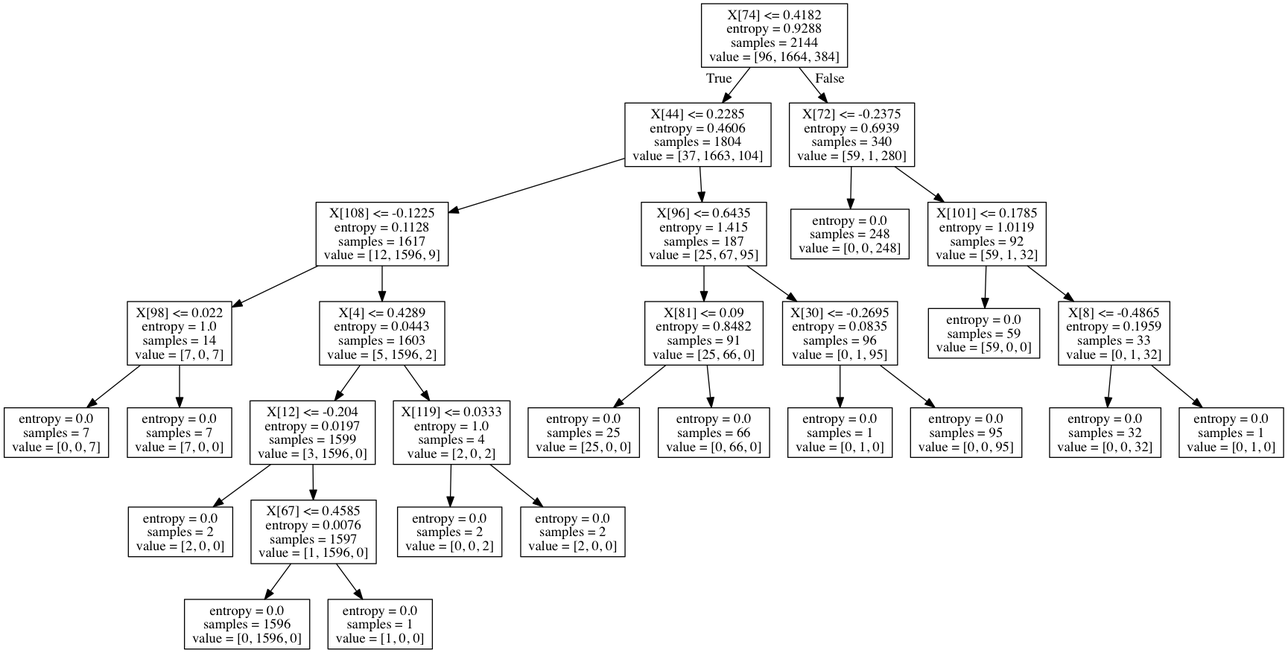
This is tree.png from kuanliang/image-processing, a Graphviz export, as it was before one commit. Its source is kept beside it as tree.dot. Its diagram source:
```dot
digraph Tree {
node [shape=box] ;
0 [label="X[74] <= 0.4182\nentropy = 0.9288\nsamples = 2144\nvalue = [96, 1664, 384]"] ;
1 [label="X[44] <= 0.2285\nentropy = 0.4606\nsamples = 1804\nvalue = [37, 1663, 104]"] ;
0 -> 1 [labeldistance=2.5, labelangle=45, headlabel="True"] ;
2 [label="X[108] <= -0.1225\nentropy = 0.1128\nsamples = 1617\nvalue = [12, 1596, 9]"] ;
1 -> 2 ;
3 [label="X[98] <= 0.022\nentropy = 1.0\nsamples = 14\nvalue = [7, 0, 7]"] ;
2 -> 3 ;
4 [label="entropy = 0.0\nsamples = 7\nvalue = [0, 0, 7]"] ;
3 -> 4 ;
5 [label="entropy = 0.0\nsamples = 7\nvalue = [7, 0, 0]"] ;
3 -> 5 ;
6 [label="X[4] <= 0.4289\nentropy = 0.0443\nsamples = 1603\nvalue = [5, 1596, 2]"] ;
2 -> 6 ;
7 [label="X[12] <= -0.204\nentropy = 0.0197\nsamples = 1599\nvalue = [3, 1596, 0]"] ;
6 -> 7 ;
8 [label="entropy = 0.0\nsamples = 2\nvalue = [2, 0, 0]"] ;
7 -> 8 ;
9 [label="X[67] <= 0.4585\nentropy = 0.0076\nsamples = 1597\nvalue = [1, 1596, 0]"] ;
7 -> 9 ;
10 [label="entropy = 0.0\nsamples = 1596\nvalue = [0, 1596, 0]"] ;
9 -> 10 ;
11 [label="entropy = 0.0\nsamples = 1\nvalue = [1, 0, 0]"] ;
9 -> 11 ;
12 [label="X[119] <= 0.0333\nentropy = 1.0\nsamples = 4\nvalue = [2, 0, 2]"] ;
6 -> 12 ;
13 [label="entropy = 0.0\nsamples = 2\nvalue = [0, 0, 2]"] ;
12 -> 13 ;
14 [label="entropy = 0.0\nsamples = 2\nvalue = [2, 0, 0]"] ;
12 -> 14 ;
15 [label="X[96] <= 0.6435\nentropy = 1.415\nsamples = 187\nvalue = [25, 67, 95]"] ;
1 -> 15 ;
16 [label="X[81] <= 0.09\nentropy = 0.8482\nsamples = 91\nvalue = [25, 66, 0]"] ;
15 -> 16 ;
17 [label="entropy = 0.0\nsamples = 25\nvalue = [25, 0, 0]"] ;
16 -> 17 ;
18 [label="entropy = 0.0\nsamples = 66\nvalue = [0, 66, 0]"] ;
16 -> 18 ;
19 [label="X[30] <= -0.2695\nentropy = 0.0835\nsamples = 96\nvalue = [0, 1, 95]"] ;
15 -> 19 ;
20 [label="entropy = 0.0\nsamples = 1\nvalue = [0, 1, 0]"] ;
19 -> 20 ;
21 [label="entropy = 0.0\nsamples = 95\nvalue = [0, 0, 95]"] ;
19 -> 21 ;
22 [label="X[72] <= -0.2375\nentropy = 0.6939\nsamples = 340\nvalue = [59, 1, 280]"] ;
0 -> 22 [labeldistance=2.5, labelangle=-45, headlabel="False"] ;
23 [label="entropy = 0.0\nsamples = 248\nvalue = [0, 0, 248]"] ;
22 -> 23 ;
24 [label="X[101] <= 0.1785\nentropy = 1.0119\nsamples = 92\nvalue = [59, 1, 32]"] ;
22 -> 24 ;
25 [label="entropy = 0.0\nsamples = 59\nvalue = [59, 0, 0]"] ;
24 -> 25 ;
26 [label="X[8] <= -0.4865\nentropy = 0.1959\nsamples = 33\nvalue = [0, 1, 32]"] ;
24 -> 26 ;
27 [label="entropy = 0.0\nsamples = 32\nvalue = [0, 0, 32]"] ;
26 -> 27 ;
28 [label="entropy = 0.0\nsamples = 1\nvalue = [0, 1, 0]"] ;
26 -> 28 ;
}
```
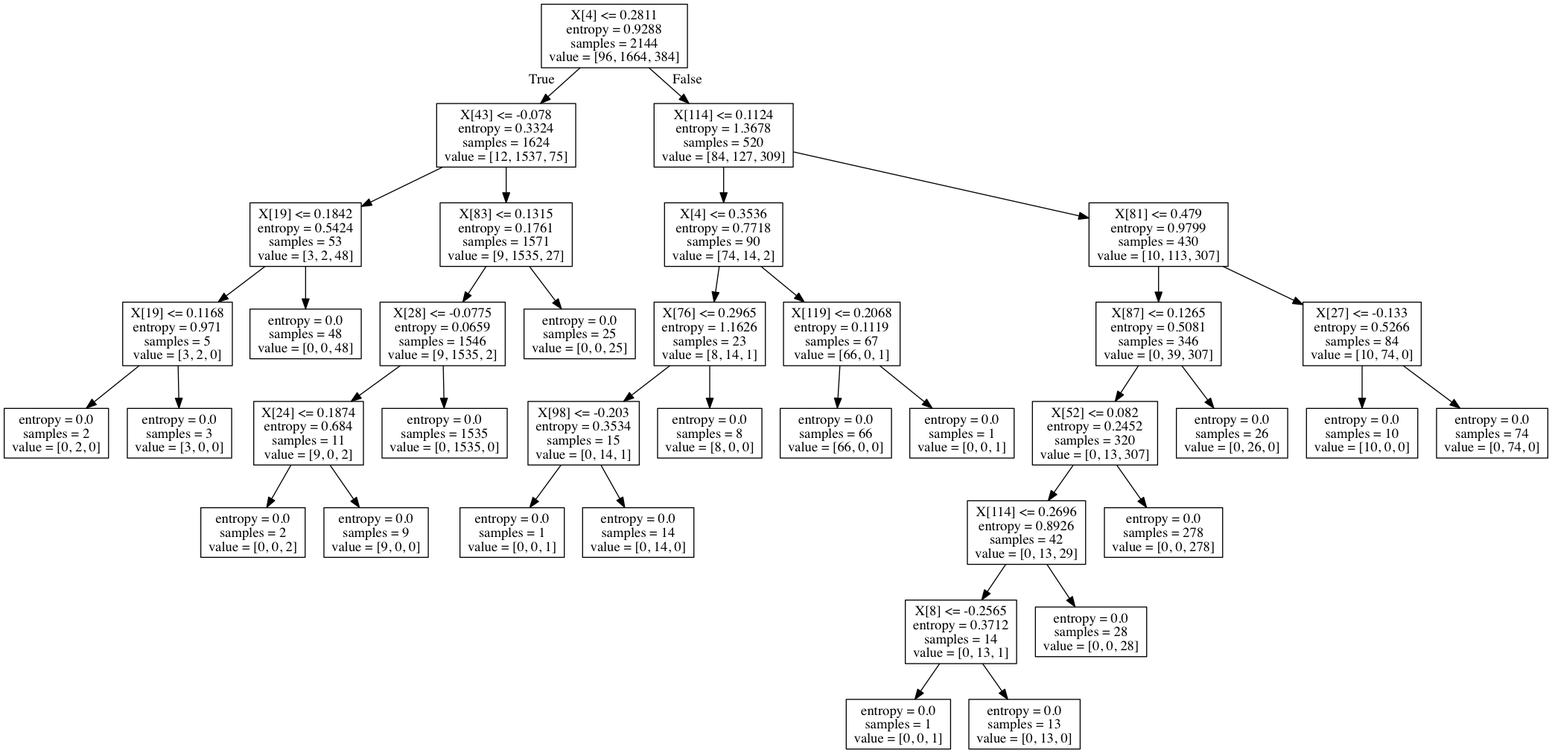
The same diagram one commit later.

Change to the diagram source:
```diff
@@ -1,60 +1,76 @@
 digraph Tree {
 node [shape=box] ;
-0 [label="X[74] <= 0.4182\nentropy = 0.9288\nsamples = 2144\nvalue = [96, 1664, 384]"] ;
-1 [label="X[44] <= 0.2285\nentropy = 0.4606\nsamples = 1804\nvalue = [37, 1663, 104]"] ;
+0 [label="X[4] <= 0.2811\nentropy = 0.9288\nsamples = 2144\nvalue = [96, 1664, 384]"] ;
+1 [label="X[43] <= -0.078\nentropy = 0.3324\nsamples = 1624\nvalue = [12, 1537, 75]"] ;
 0 -> 1 [labeldistance=2.5, labelangle=45, headlabel="True"] ;
-2 [label="X[108] <= -0.1225\nentropy = 0.1128\nsamples = 1617\nvalue = [12, 1596, 9]"] ;
+2 [label="X[19] <= 0.1842\nentropy = 0.5424\nsamples = 53\nvalue = [3, 2, 48]"] ;
 1 -> 2 ;
-3 [label="X[98] <= 0.022\nentropy = 1.0\nsamples = 14\nvalue = [7, 0, 7]"] ;
+3 [label="X[19] <= 0.1168\nentropy = 0.971\nsamples = 5\nvalue = [3, 2, 0]"] ;
 2 -> 3 ;
-4 [label="entropy = 0.0\nsamples = 7\nvalue = [0, 0, 7]"] ;
+4 [label="entropy = 0.0\nsamples = 2\nvalue = [0, 2, 0]"] ;
 3 -> 4 ;
-5 [label="entropy = 0.0\nsamples = 7\nvalue = [7, 0, 0]"] ;
+5 [label="entropy = 0.0\nsamples = 3\nvalue = [3, 0, 0]"] ;
 3 -> 5 ;
-6 [label="X[4] <= 0.4289\nentropy = 0.0443\nsamples = 1603\nvalue = [5, 1596, 2]"] ;
+6 [label="entropy = 0.0\nsamples = 48\nvalue = [0, 0, 48]"] ;
 2 -> 6 ;
-7 [label="X[12] <= -0.204\nentropy = 0.0197\nsamples = 1599\nvalue = [3, 1596, 0]"] ;
-6 -> 7 ;
-8 [label="entropy = 0.0\nsamples = 2\nvalue = [2, 0, 0]"] ;
+7 [label="X[83] <= 0.1315\nentropy = 0.1761\nsamples = 1571\nvalue = [9, 1535, 27]"] ;
+1 -> 7 ;
+8 [label="X[28] <= -0.0775\nentropy = 0.0659\nsamples = 1546\nvalue = [9, 1535, 2]"] ;
 7 -> 8 ;
-9 [label="X[67] <= 0.4585\nentropy = 0.0076\nsamples = 1597\nvalue = [1, 1596, 0]"] ;
-7 -> 9 ;
-10 [label="entropy = 0.0\nsamples = 1596\nvalue = [0, 1596, 0]"] ;
+9 [label="X[24] <= 0.1874\nentropy = 0.684\nsamples = 11\nvalue = [9, 0, 2]"] ;
+8 -> 9 ;
+10 [label="entropy = 0.0\nsamples = 2\nvalue = [0, 0, 2]"] ;
 9 -> 10 ;
-11 [label="entropy = 0.0\nsamples = 1\nvalue = [1, 0, 0]"] ;
+11 [label="entropy = 0.0\nsamples = 9\nvalue = [9, 0, 0]"] ;
 9 -> 11 ;
-12 [label="X[119] <= 0.0333\nentropy = 1.0\nsamples = 4\nvalue = [2, 0, 2]"] ;
-6 -> 12 ;
-13 [label="entropy = 0.0\nsamples = 2\nvalue = [0, 0, 2]"] ;
-12 -> 13 ;
-14 [label="entropy = 0.0\nsamples = 2\nvalue = [2, 0, 0]"] ;
-12 -> 14 ;
-15 [label="X[96] <= 0.6435\nentropy = 1.415\nsamples = 187\nvalue = [25, 67, 95]"] ;
-1 -> 15 ;
-16 [label="X[81] <= 0.09\nentropy = 0.8482\nsamples = 91\nvalue = [25, 66, 0]"] ;
+12 [label="entropy = 0.0\nsamples = 1535\nvalue = [0, 1535, 0]"] ;
+8 -> 12 ;
+13 [label="entropy = 0.0\nsamples = 25\nvalue = [0, 0, 25]"] ;
+7 -> 13 ;
+14 [label="X[114] <= 0.1124\nentropy = 1.3678\nsamples = 520\nvalue = [84, 127, 309]"] ;
+0 -> 14 [labeldistance=2.5, labelangle=-45, headlabel="False"] ;
+15 [label="X[4] <= 0.3536\nentropy = 0.7718\nsamples = 90\nvalue = [74, 14, 2]"] ;
+14 -> 15 ;
+16 [label="X[76] <= 0.2965\nentropy = 1.1626\nsamples = 23\nvalue = [8, 14, 1]"] ;
 15 -> 16 ;
-17 [label="entropy = 0.0\nsamples = 25\nvalue = [25, 0, 0]"] ;
+17 [label="X[98] <= -0.203\nentropy = 0.3534\nsamples = 15\nvalue = [0, 14, 1]"] ;
 16 -> 17 ;
-18 [label="entropy = 0.0\nsamples = 66\nvalue = [0, 66, 0]"] ;
-16 -> 18 ;
-19 [label="X[30] <= -0.2695\nentropy = 0.0835\nsamples = 96\nvalue = [0, 1, 95]"] ;
-15 -> 19 ;
-20 [label="entropy = 0.0\nsamples = 1\nvalue = [0, 1, 0]"] ;
-19 -> 20 ;
-21 [label="entropy = 0.0\nsamples = 95\nvalue = [0, 0, 95]"] ;
-19 -> 21 ;
-22 [label="X[72] <= -0.2375\nentropy = 0.6939\nsamples = 340\nvalue = [59, 1, 280]"] ;
-0 -> 22 [labeldistance=2.5, labelangle=-45, headlabel="False"] ;
-23 [label="entropy = 0.0\nsamples = 248\nvalue = [0, 0, 248]"] ;
-22 -> 23 ;
-24 [label="X[101] <= 0.1785\nentropy = 1.0119\nsamples = 92\nvalue = [59, 1, 32]"] ;
-22 -> 24 ;
-25 [label="entropy = 0.0\nsamples = 59\nvalue = [59, 0, 0]"] ;
+18 [label="entropy = 0.0\nsamples = 1\nvalue = [0, 0, 1]"] ;
+17 -> 18 ;
+19 [label="entropy = 0.0\nsamples = 14\nvalue = [0, 14, 0]"] ;
+17 -> 19 ;
+20 [label="entropy = 0.0\nsamples = 8\nvalue = [8, 0, 0]"] ;
+16 -> 20 ;
+21 [label="X[119] <= 0.2068\nentropy = 0.1119\nsamples = 67\nvalue = [66, 0, 1]"] ;
+15 -> 21 ;
+22 [label="entropy = 0.0\nsamples = 66\nvalue = [66, 0, 0]"] ;
+21 -> 22 ;
+23 [label="entropy = 0.0\nsamples = 1\nvalue = [0, 0, 1]"] ;
+21 -> 23 ;
+24 [label="X[81] <= 0.479\nentropy = 0.9799\nsamples = 430\nvalue = [10, 113, 307]"] ;
+14 -> 24 ;
+25 [label="X[87] <= 0.1265\nentropy = 0.5081\nsamples = 346\nvalue = [0, 39, 307]"] ;
 24 -> 25 ;
-26 [label="X[8] <= -0.4865\nentropy = 0.1959\nsamples = 33\nvalue = [0, 1, 32]"] ;
-24 -> 26 ;
-27 [label="entropy = 0.0\nsamples = 32\nvalue = [0, 0, 32]"] ;
+26 [label="X[52] <= 0.082\nentropy = 0.2452\nsamples = 320\nvalue = [0, 13, 307]"] ;
+25 -> 26 ;
+27 [label="X[114] <= 0.2696\nentropy = 0.8926\nsamples = 42\nvalue = [0, 13, 29]"] ;
 26 -> 27 ;
-28 [label="entropy = 0.0\nsamples = 1\nvalue = [0, 1, 0]"] ;
-26 -> 28 ;
+28 [label="X[8] <= -0.2565\nentropy = 0.3712\nsamples = 14\nvalue = [0, 13, 1]"] ;
+27 -> 28 ;
+29 [label="entropy = 0.0\nsamples = 1\nvalue = [0, 0, 1]"] ;
+28 -> 29 ;
+30 [label="entropy = 0.0\nsamples = 13\nvalue = [0, 13, 0]"] ;
+28 -> 30 ;
+31 [label="entropy = 0.0\nsamples = 28\nvalue = [0, 0, 28]"] ;
+27 -> 31 ;
+32 [label="entropy = 0.0\nsamples = 278\nvalue = [0, 0, 278]"] ;
+26 -> 32 ;
+33 [label="entropy = 0.0\nsamples = 26\nvalue = [0, 26, 0]"] ;
+25 -> 33 ;
+34 [label="X[27] <= -0.133\nentropy = 0.5266\nsamples = 84\nvalue = [10, 74, 0]"] ;
+24 -> 34 ;
+35 [label="entropy = 0.0\nsamples = 10\nvalue = [10, 0, 0]"] ;
+34 -> 35 ;
+36 [label="entropy = 0.0\nsamples = 74\nvalue = [0, 74, 0]"] ;
+34 -> 36 ;
 }
```
